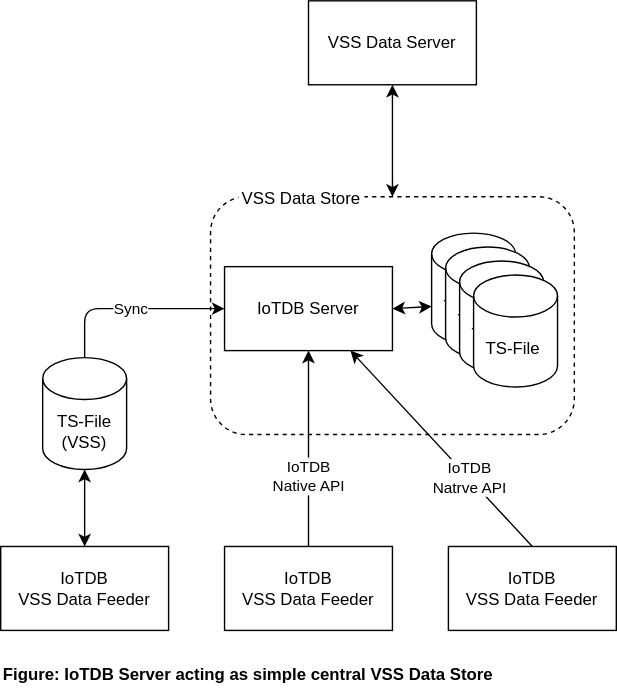
The draw.io diagram in-vehicle-storage/apache-iotdb/doc/apache-iotdb-dataserver-store.drawio.svg in slawr/vss-otaku, before a commit. Source tidied: cells renumbered, new cells last; positions are measured from the earlier drawing's top-left corner, leaving out a move shared by most shapes.
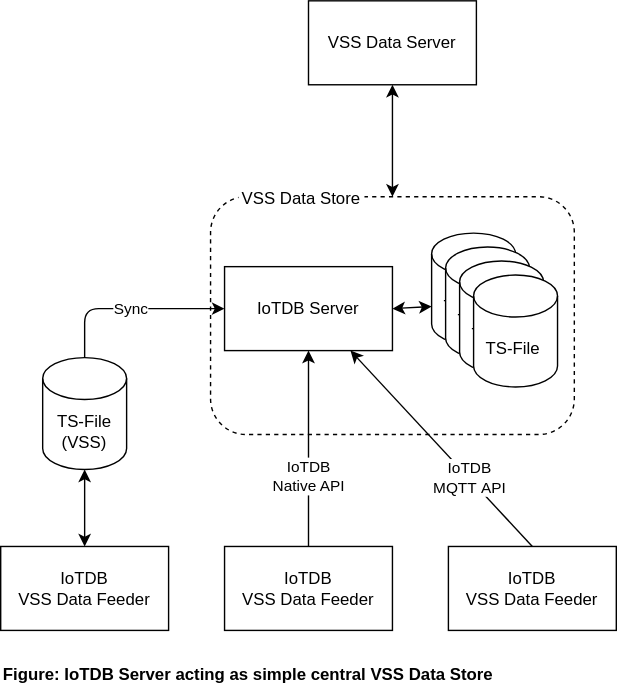
After the change.

Commit message:
in-vehicle storage: add MQTT to design pattern

Apache IoTDB v0.13x introduced an MQTT Broker to the server.
Extend the design pattern to allow for that possibility.

Change to the diagram source:
```diff
@@ -26,7 +26,7 @@
     <mxCell id="9" style="edgeStyle=none;html=1;exitX=0.5;exitY=0;exitDx=0;exitDy=0;entryX=0.75;entryY=1;entryDx=0;entryDy=0;" parent="1" edge="1" source="11" target="12">
       <mxGeometry relative="1" as="geometry" />
     </mxCell>
-    <mxCell id="10" value="IoTDB&lt;br&gt;Natrve API" style="edgeLabel;html=1;align=center;verticalAlign=middle;" parent="9" vertex="1">
+    <mxCell id="10" value="IoTDB&lt;br&gt;MQTT&amp;nbsp;API" style="edgeLabel;html=1;align=center;verticalAlign=middle;" parent="9" vertex="1">
       <mxGeometry x="-0.3" relative="1" as="geometry" />
     </mxCell>
     <mxCell id="11" value="IoTDB &lt;br&gt;VSS Data Feeder" style="rounded=0;whiteSpace=wrap;html=1;" parent="1" vertex="1">
```
